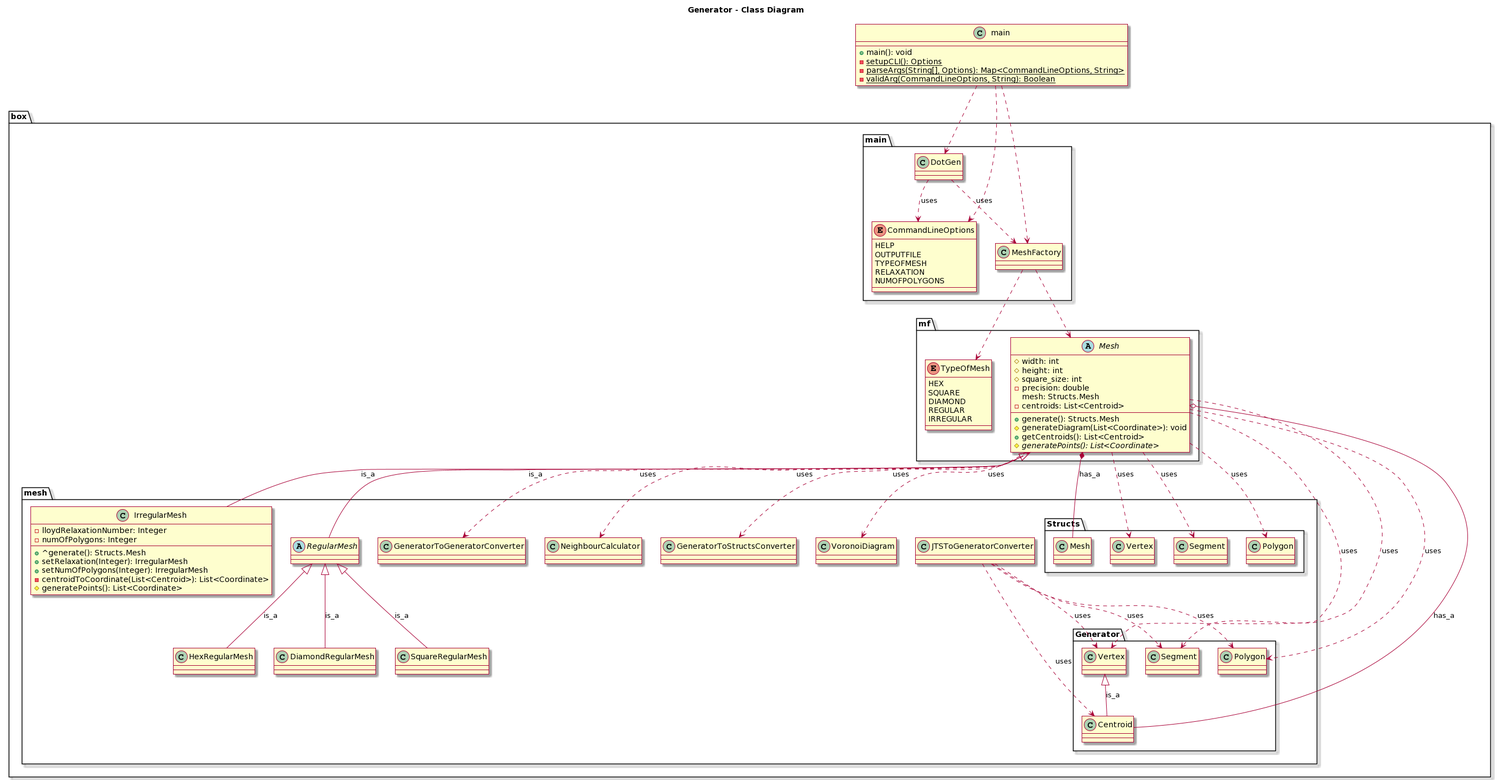
itshady/Island-Generator keeps this PlantUML diagram as umlDiagrams/part3Generator.png. Above is the earlier version.
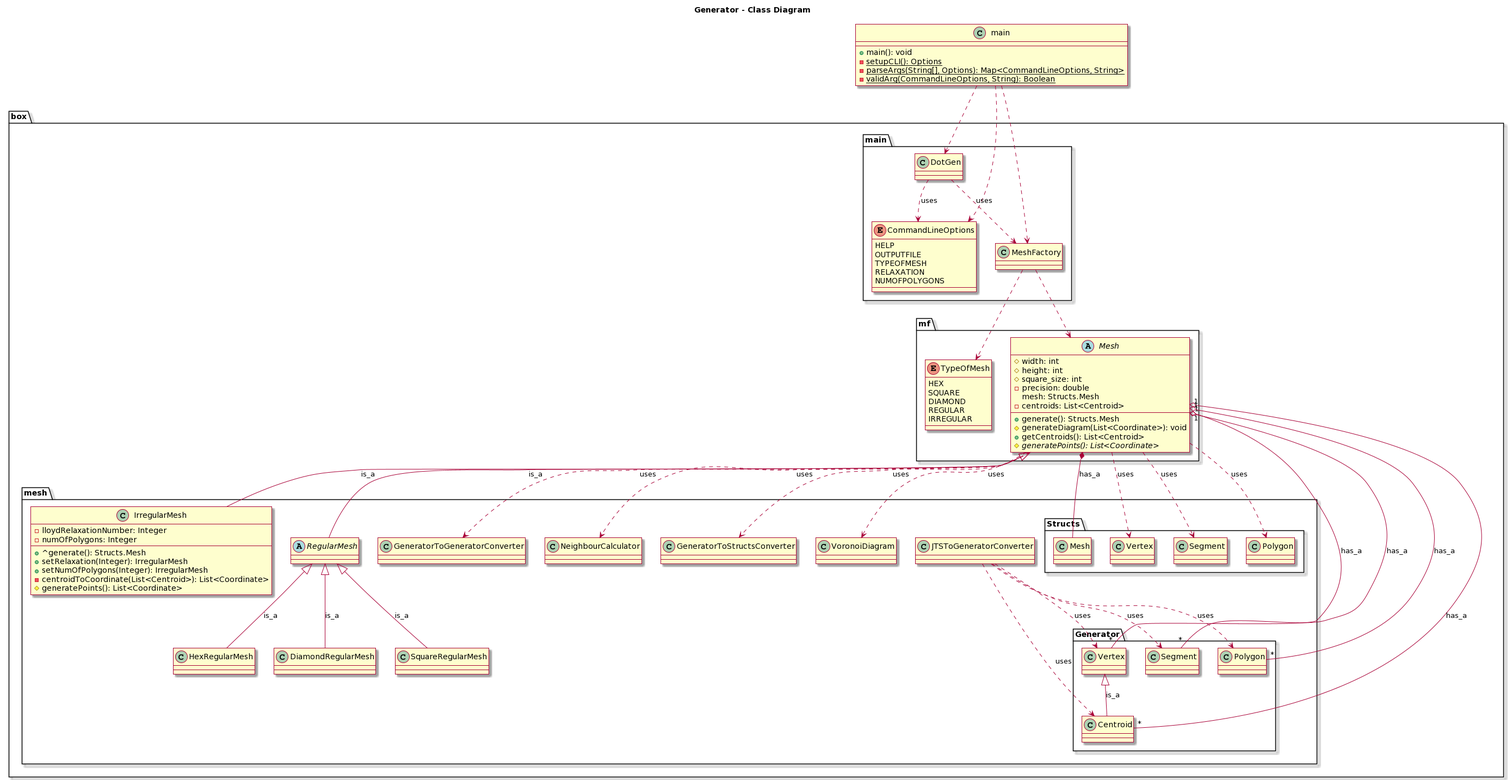
The same diagram one commit later.

Commit message:
Updated Mesh to segment, vertex, polygon relationship in generator UML

Change to the diagram source:
```diff
@@ -84,16 +84,16 @@
   box.mesh.RegularMesh <|-- box.mesh.HexRegularMesh: "is_a"
   box.mesh.RegularMesh <|-- box.mesh.DiamondRegularMesh: "is_a"
   box.mf.Mesh *-- box.mesh.Structs.Mesh: "has_a"
-  box.mf.Mesh o-- box.mesh.Generator.Centroid: "has_a"
+  box.mf.Mesh "1" o-- "*" box.mesh.Generator.Centroid: "has_a"
   box.mf.Mesh ..> box.mesh.GeneratorToGeneratorConverter: "uses"
   box.mf.Mesh ..> box.mesh.NeighbourCalculator: "uses"
   box.mf.Mesh ..> box.mesh.GeneratorToStructsConverter: "uses"
+  box.mf.Mesh "1" o-- "*" box.mesh.Generator.Vertex: "has_a"
+  box.mf.Mesh "1" o-- "*" box.mesh.Generator.Segment: "has_a"
+  box.mf.Mesh "1" o-- "*" box.mesh.Generator.Polygon: "has_a"
   box.mf.Mesh ..> box.mesh.Structs.Vertex: "uses"
   box.mf.Mesh ..> box.mesh.Structs.Segment: "uses"
   box.mf.Mesh ..> box.mesh.Structs.Polygon: "uses"
-  box.mf.Mesh ..> box.mesh.Generator.Vertex: "uses"
-  box.mf.Mesh ..> box.mesh.Generator.Segment: "uses"
-  box.mf.Mesh ..> box.mesh.Generator.Polygon: "uses"
   box.mf.Mesh ..> box.mesh.VoronoiDiagram: "uses"
 }
 @enduml
```
